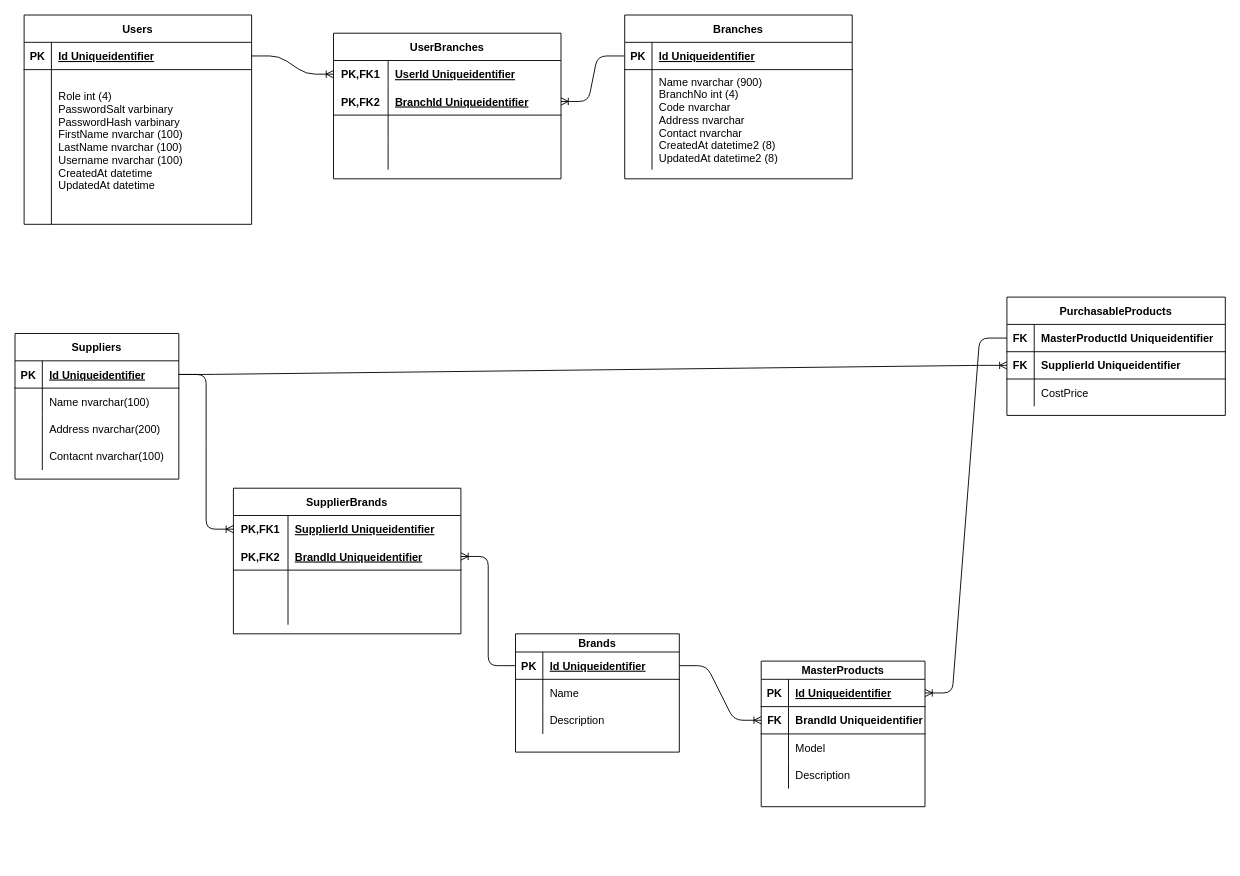
The draw.io diagram diagrams/Database Diagram.drawio in inyormanjr/CA.ERP, before the edit. Source tidied: cells renumbered, new cells numbered last; positions are measured from the earlier drawing's top-left corner, leaving out a move shared by most shapes. Both pictures are drawn from the tidied source at 91%, with x=0, y=0 at pixel (15, 15).
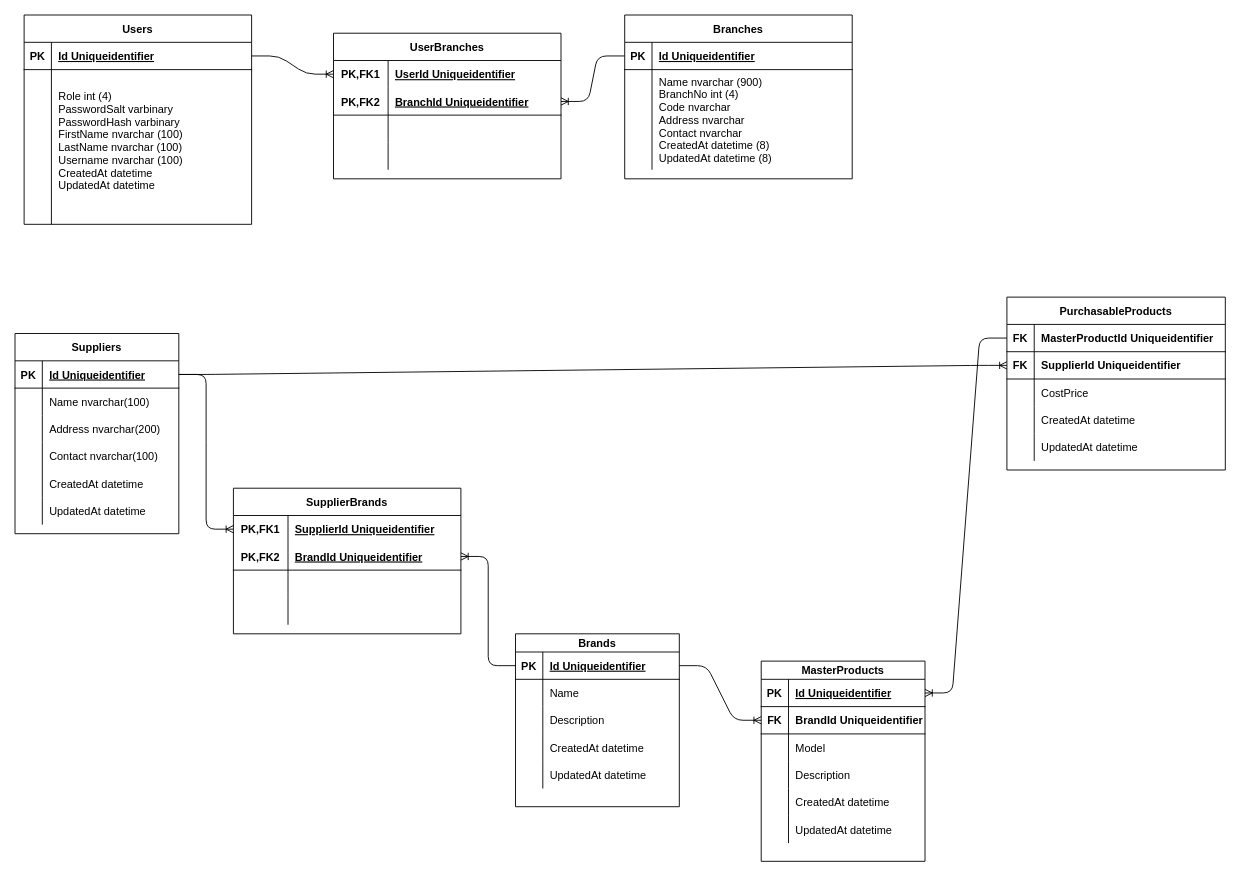
Above is the later version.

Unchanged cells that the change refers to:
```xml
<mxCell id="6" style="shape=partialRectangle;fillColor=none;top=0;left=0;right=0;bottom=0;" parent="2" vertex="1">
  <mxGeometry y="60" width="250" height="110" as="geometry" />
</mxCell>
<mxCell id="41" style="shape=partialRectangle;fillColor=none;top=0;left=0;bottom=0;right=0;" parent="31" vertex="1">
  <mxGeometry y="120" width="180" height="30" as="geometry" />
</mxCell>
```

Change to the diagram source:
```diff
@@
-    <mxCell id="8" value="Name nvarchar (900)&#10;BranchNo int (4)&#10;Code nvarchar &#10;Address nvarchar &#10;Contact nvarchar &#10;CreatedAt datetime2 (8)&#10;UpdatedAt datetime2 (8)" style="shape=partialRectangle;overflow=hidden;fillColor=none;top=0;left=0;bottom=0;right=0;align=left;spacingLeft=6;" parent="6" vertex="1">
+    <mxCell id="8" value="Name nvarchar (900)&#10;BranchNo int (4)&#10;Code nvarchar &#10;Address nvarchar &#10;Contact nvarchar &#10;CreatedAt datetime (8)&#10;UpdatedAt datetime (8)" style="shape=partialRectangle;overflow=hidden;fillColor=none;top=0;left=0;bottom=0;right=0;align=left;spacingLeft=6;" parent="6" vertex="1">
       <mxGeometry x="30" width="220" height="110" as="geometry" />
     </mxCell>
@@
     <mxCell id="31" value="Suppliers" style="shape=table;startSize=30;childLayout=tableLayout;rowLines=0;fontStyle=1;align=center;" parent="1" vertex="1">
-      <mxGeometry y="350" width="180" height="160" as="geometry" />
+      <mxGeometry y="350" width="180" height="220" as="geometry" />
     </mxCell>
@@
-    <mxCell id="43" value="Contacnt nvarchar(100)" style="shape=partialRectangle;fillColor=none;top=0;left=0;bottom=0;right=0;align=left;spacingLeft=6;overflow=hidden;" parent="41" vertex="1">
+    <mxCell id="43" value="Contact nvarchar(100)" style="shape=partialRectangle;fillColor=none;top=0;left=0;bottom=0;right=0;align=left;spacingLeft=6;overflow=hidden;" parent="41" vertex="1">
       <mxGeometry x="30" width="150" height="30" as="geometry" />
     </mxCell>
+    <mxCell id="95" style="shape=partialRectangle;fillColor=none;top=0;left=0;bottom=0;right=0;" parent="31" vertex="1">
+      <mxGeometry y="150" width="180" height="30" as="geometry" />
+    </mxCell>
+    <mxCell id="96" style="shape=partialRectangle;fillColor=none;top=0;left=0;bottom=0;right=0;overflow=hidden;" parent="95" vertex="1">
+      <mxGeometry width="30" height="30" as="geometry" />
+    </mxCell>
+    <mxCell id="97" value="CreatedAt datetime" style="shape=partialRectangle;fillColor=none;top=0;left=0;bottom=0;right=0;align=left;spacingLeft=6;overflow=hidden;" parent="95" vertex="1">
+      <mxGeometry x="30" width="150" height="30" as="geometry" />
+    </mxCell>
+    <mxCell id="98" style="shape=partialRectangle;fillColor=none;top=0;left=0;bottom=0;right=0;" parent="31" vertex="1">
+      <mxGeometry y="180" width="180" height="30" as="geometry" />
+    </mxCell>
+    <mxCell id="99" style="shape=partialRectangle;fillColor=none;top=0;left=0;bottom=0;right=0;overflow=hidden;" parent="98" vertex="1">
+      <mxGeometry width="30" height="30" as="geometry" />
+    </mxCell>
+    <mxCell id="100" value="UpdatedAt datetime" style="shape=partialRectangle;fillColor=none;top=0;left=0;bottom=0;right=0;align=left;spacingLeft=6;overflow=hidden;" parent="98" vertex="1">
+      <mxGeometry x="30" width="150" height="30" as="geometry" />
+    </mxCell>
     <mxCell id="44" value="Brands" style="shape=table;startSize=20;childLayout=tableLayout;rowLines=0;fontStyle=1;align=center;" parent="1" vertex="1">
-      <mxGeometry x="550" y="680" width="180" height="130" as="geometry" />
+      <mxGeometry x="550" y="680" width="180" height="190" as="geometry" />
     </mxCell>
@@
+    <mxCell id="101" style="shape=partialRectangle;fillColor=none;top=0;left=0;bottom=0;right=0;" parent="44" vertex="1">
+      <mxGeometry y="110" width="180" height="30" as="geometry" />
+    </mxCell>
+    <mxCell id="102" style="shape=partialRectangle;fillColor=none;top=0;left=0;bottom=0;right=0;overflow=hidden;" parent="101" vertex="1">
+      <mxGeometry width="30" height="30" as="geometry" />
+    </mxCell>
+    <mxCell id="103" value="CreatedAt datetime" style="shape=partialRectangle;fillColor=none;top=0;left=0;bottom=0;right=0;align=left;spacingLeft=6;overflow=hidden;" parent="101" vertex="1">
+      <mxGeometry x="30" width="150" height="30" as="geometry" />
+    </mxCell>
+    <mxCell id="104" style="shape=partialRectangle;fillColor=none;top=0;left=0;bottom=0;right=0;" parent="44" vertex="1">
+      <mxGeometry y="140" width="180" height="30" as="geometry" />
+    </mxCell>
+    <mxCell id="105" style="shape=partialRectangle;fillColor=none;top=0;left=0;bottom=0;right=0;overflow=hidden;" parent="104" vertex="1">
+      <mxGeometry width="30" height="30" as="geometry" />
+    </mxCell>
+    <mxCell id="106" value="UpdatedAt datetime" style="shape=partialRectangle;fillColor=none;top=0;left=0;bottom=0;right=0;align=left;spacingLeft=6;overflow=hidden;" parent="104" vertex="1">
+      <mxGeometry x="30" width="150" height="30" as="geometry" />
+    </mxCell>
     <mxCell id="54" value="PurchasableProducts" style="shape=table;startSize=30;childLayout=tableLayout;rowLines=0;fontStyle=1;align=center;" parent="1" vertex="1">
-      <mxGeometry x="1090" y="310" width="240" height="130" as="geometry" />
+      <mxGeometry x="1090" y="310" width="240" height="190" as="geometry" />
     </mxCell>
@@
+    <mxCell id="107" style="shape=partialRectangle;fillColor=none;top=0;left=0;bottom=0;right=0;" parent="54" vertex="1">
+      <mxGeometry y="120" width="240" height="30" as="geometry" />
+    </mxCell>
+    <mxCell id="108" style="shape=partialRectangle;fillColor=none;top=0;left=0;bottom=0;right=0;overflow=hidden;" parent="107" vertex="1">
+      <mxGeometry width="30" height="30" as="geometry" />
+    </mxCell>
+    <mxCell id="109" value="CreatedAt datetime" style="shape=partialRectangle;fillColor=none;top=0;left=0;bottom=0;right=0;align=left;spacingLeft=6;overflow=hidden;" parent="107" vertex="1">
+      <mxGeometry x="30" width="210" height="30" as="geometry" />
+    </mxCell>
+    <mxCell id="110" style="shape=partialRectangle;fillColor=none;top=0;left=0;bottom=0;right=0;" parent="54" vertex="1">
+      <mxGeometry y="150" width="240" height="30" as="geometry" />
+    </mxCell>
+    <mxCell id="111" style="shape=partialRectangle;fillColor=none;top=0;left=0;bottom=0;right=0;overflow=hidden;" parent="110" vertex="1">
+      <mxGeometry width="30" height="30" as="geometry" />
+    </mxCell>
+    <mxCell id="112" value="UpdatedAt datetime" style="shape=partialRectangle;fillColor=none;top=0;left=0;bottom=0;right=0;align=left;spacingLeft=6;overflow=hidden;" parent="110" vertex="1">
+      <mxGeometry x="30" width="210" height="30" as="geometry" />
+    </mxCell>
@@
     <mxCell id="80" value="MasterProducts" style="shape=table;startSize=20;childLayout=tableLayout;rowLines=0;fontStyle=1;align=center;" parent="1" vertex="1">
-      <mxGeometry x="820" y="710" width="180" height="160" as="geometry" />
+      <mxGeometry x="820" y="710" width="180" height="220" as="geometry" />
     </mxCell>
@@
+    <mxCell id="113" style="shape=partialRectangle;fillColor=none;top=0;left=0;bottom=0;right=0;" parent="80" vertex="1">
+      <mxGeometry y="140" width="180" height="30" as="geometry" />
+    </mxCell>
+    <mxCell id="114" style="shape=partialRectangle;fillColor=none;top=0;left=0;bottom=0;right=0;overflow=hidden;" parent="113" vertex="1">
+      <mxGeometry width="30" height="30" as="geometry" />
+    </mxCell>
+    <mxCell id="115" value="CreatedAt datetime" style="shape=partialRectangle;fillColor=none;top=0;left=0;bottom=0;right=0;align=left;spacingLeft=6;overflow=hidden;" parent="113" vertex="1">
+      <mxGeometry x="30" width="150" height="30" as="geometry" />
+    </mxCell>
+    <mxCell id="116" style="shape=partialRectangle;fillColor=none;top=0;left=0;bottom=0;right=0;" parent="80" vertex="1">
+      <mxGeometry y="170" width="180" height="30" as="geometry" />
+    </mxCell>
+    <mxCell id="117" style="shape=partialRectangle;fillColor=none;top=0;left=0;bottom=0;right=0;overflow=hidden;" parent="116" vertex="1">
+      <mxGeometry width="30" height="30" as="geometry" />
+    </mxCell>
+    <mxCell id="118" value="UpdatedAt datetime" style="shape=partialRectangle;fillColor=none;top=0;left=0;bottom=0;right=0;align=left;spacingLeft=6;overflow=hidden;" parent="116" vertex="1">
+      <mxGeometry x="30" width="150" height="30" as="geometry" />
+    </mxCell>
```
